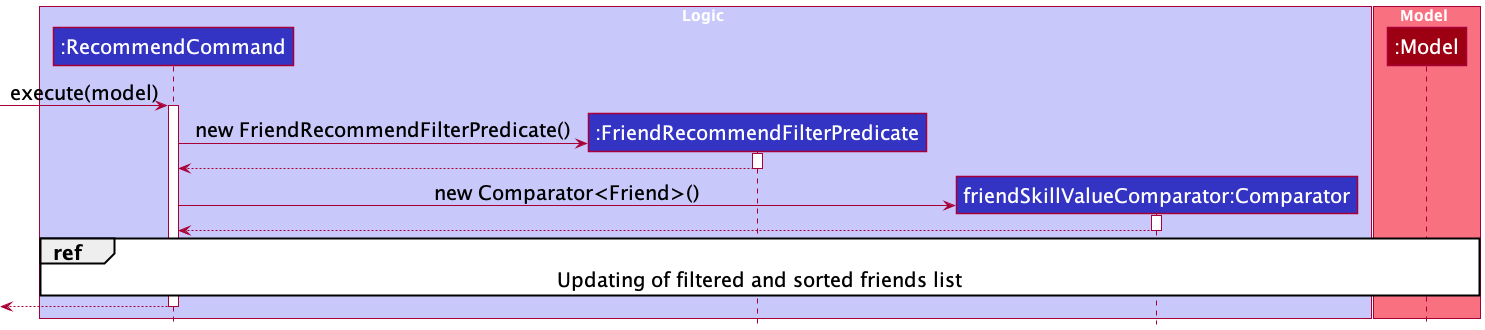
This is docs/images/RecommendCommandSequenceDiagram1.png from nus-cs2103-AY2122S1/tp, a PlantUML export, as it was before one commit. Source of this version:
```plantuml
@startuml
!include style.puml
skinparam defaultFontSize 20

box Logic LOGIC_COLOR_T1
participant ":RecommendCommand" as RecommendCommand LOGIC_COLOR
participant ":FriendRecommendFilterPredicate" as FriendRecommendFilterPredicate LOGIC_COLOR
participant "friendSkillValueComparator:Comparator" as Comparator LOGIC_COLOR
end box

box Model MODEL_COLOR_T1
participant ":Model" as Model MODEL_COLOR
end box

-> RecommendCommand: execute(model)
activate RecommendCommand

create FriendRecommendFilterPredicate
RecommendCommand -> FriendRecommendFilterPredicate: new FriendRecommendFilterPredicate()
activate FriendRecommendFilterPredicate

RecommendCommand <-- FriendRecommendFilterPredicate
deactivate FriendRecommendFilterPredicate

create Comparator
RecommendCommand -> Comparator: new Comparator<Friend>()
activate Comparator

RecommendCommand <-- Comparator
deactivate Comparator

ref over RecommendCommand, Model: Updating of filtered and sorted friends list

<-- RecommendCommand
deactivate RecommendCommand

@enduml
```
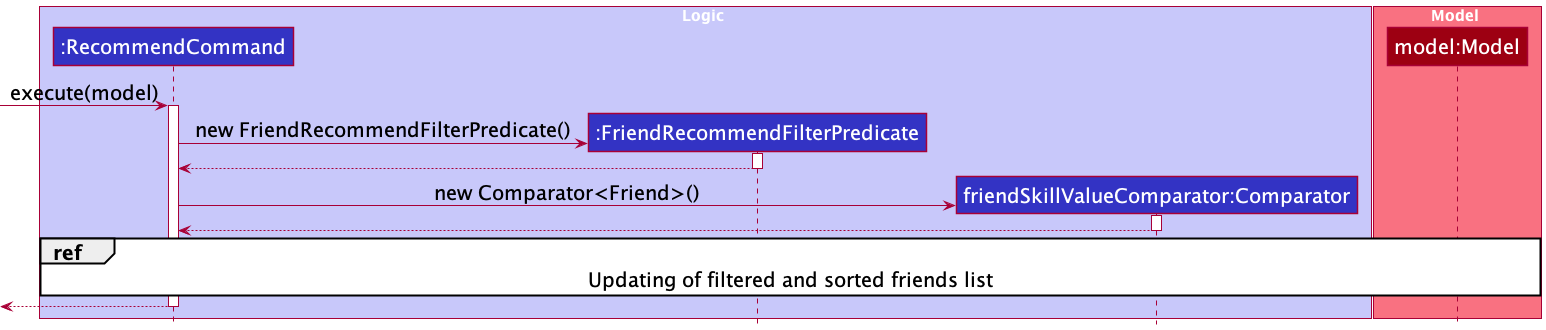
After the commit.

The edit, as a diff of the source:
```diff
@@ -9,7 +9,7 @@
 end box
 
 box Model MODEL_COLOR_T1
-participant ":Model" as Model MODEL_COLOR
+participant "model:Model" as Model MODEL_COLOR
 end box
 
 -> RecommendCommand: execute(model)
```
